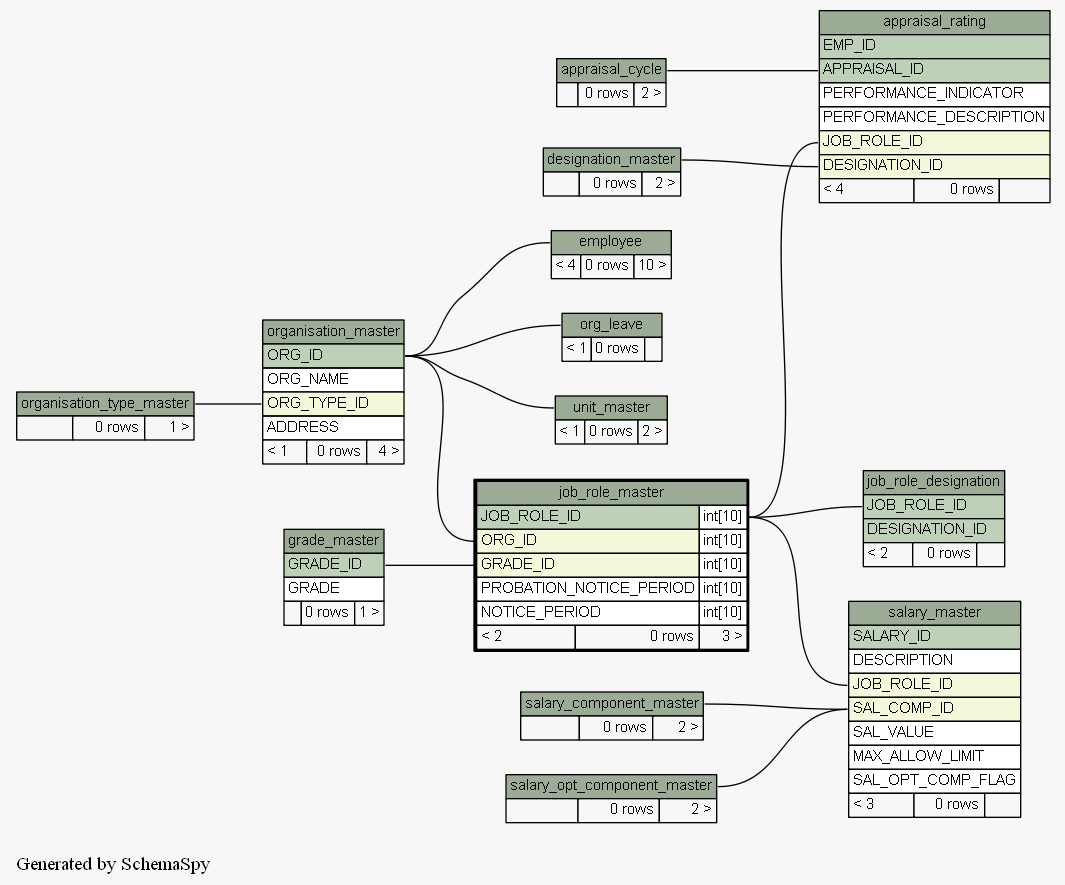
Earlier version of the Graphviz export docs/database/schemaspy/graphs/job_role_master.2degrees.png (engineerscraft/hrms). Its source is kept beside it as docs/database/schemaspy/graphs/job_role_master.2degrees.dot. Its diagram source:
```dot
digraph "twoDegreesRelationshipsGraph" {
  graph [
    rankdir="RL"
    bgcolor="#f7f7f7"
    label="\nGenerated by SchemaSpy"
    labeljust="l"
  ];
  node [
    fontname="Helvetica"
    fontsize="11"
    shape="plaintext"
  ];
  edge [
    arrowsize="0.8"
  ];
  "appraisal_rating":"APPRAISAL_ID":w -> "appraisal_cycle":"appraisal_cycle.heading":e [arrowtail=crowtee arrowhead=none];
  "appraisal_rating":"DESIGNATION_ID":w -> "designation_master":"designation_master.heading":e [arrowtail=crowodot arrowhead=none];
  "appraisal_rating":"JOB_ROLE_ID":w -> "job_role_master":"JOB_ROLE_ID.type":e [arrowtail=crowodot arrowhead=none];
  "employee":"employee.heading":w -> "organisation_master":"ORG_ID":e [arrowtail=crowodot arrowhead=none];
  "job_role_designation":"JOB_ROLE_ID":w -> "job_role_master":"JOB_ROLE_ID.type":e [arrowtail=crowtee arrowhead=none];
  "job_role_master":"GRADE_ID":w -> "grade_master":"GRADE_ID":e [arrowtail=crowtee arrowhead=none];
  "job_role_master":"ORG_ID":w -> "organisation_master":"ORG_ID":e [arrowtail=crowtee arrowhead=none];
  "org_leave":"org_leave.heading":w -> "organisation_master":"ORG_ID":e [arrowtail=crowodot arrowhead=none];
  "organisation_master":"ORG_TYPE_ID":w -> "organisation_type_master":"organisation_type_master.heading":e [arrowtail=crowodot arrowhead=none];
  "salary_master":"JOB_ROLE_ID":w -> "job_role_master":"JOB_ROLE_ID.type":e [arrowtail=crowtee arrowhead=none];
  "salary_master":"SAL_COMP_ID":w -> "salary_component_master":"salary_component_master.heading":e [arrowtail=crowtee arrowhead=none];
  "salary_master":"SAL_COMP_ID":w -> "salary_opt_component_master":"salary_opt_component_master.heading":e [arrowtail=crowtee arrowhead=none];
  "unit_master":"unit_master.heading":w -> "organisation_master":"ORG_ID":e [arrowtail=crowodot arrowhead=none];
  "appraisal_cycle" [
    label=<
    <TABLE BORDER="0" CELLBORDER="1" CELLSPACING="0" BGCOLOR="#ffffff">
      <TR><TD PORT="appraisal_cycle.heading" COLSPAN="3" BGCOLOR="#9bab96" ALIGN="CENTER">appraisal_cycle</TD></TR>
      <TR><TD ALIGN="LEFT" BGCOLOR="#f7f7f7">  </TD><TD ALIGN="RIGHT" BGCOLOR="#f7f7f7">0 rows</TD><TD ALIGN="RIGHT" BGCOLOR="#f7f7f7">2 &gt;</TD></TR>
    </TABLE>>
    URL="appraisal_cycle.html#graph"
    tooltip="appraisal_cycle"
  ];
  "appraisal_rating" [
    label=<
    <TABLE BORDER="0" CELLBORDER="1" CELLSPACING="0" BGCOLOR="#ffffff">
      <TR><TD PORT="appraisal_rating.heading" COLSPAN="3" BGCOLOR="#9bab96" ALIGN="CENTER">appraisal_rating</TD></TR>
      <TR><TD PORT="EMP_ID" COLSPAN="3" BGCOLOR="#bed1b8" ALIGN="LEFT">EMP_ID</TD></TR>
      <TR><TD PORT="APPRAISAL_ID" COLSPAN="3" BGCOLOR="#bed1b8" ALIGN="LEFT">APPRAISAL_ID</TD></TR>
      <TR><TD PORT="PERFORMANCE_INDICATOR" COLSPAN="3" ALIGN="LEFT">PERFORMANCE_INDICATOR</TD></TR>
      <TR><TD PORT="PERFORMANCE_DESCRIPTION" COLSPAN="3" ALIGN="LEFT">PERFORMANCE_DESCRIPTION</TD></TR>
      <TR><TD PORT="JOB_ROLE_ID" COLSPAN="3" BGCOLOR="#f4f7da" ALIGN="LEFT">JOB_ROLE_ID</TD></TR>
      <TR><TD PORT="DESIGNATION_ID" COLSPAN="3" BGCOLOR="#f4f7da" ALIGN="LEFT">DESIGNATION_ID</TD></TR>
      <TR><TD ALIGN="LEFT" BGCOLOR="#f7f7f7">&lt; 4</TD><TD ALIGN="RIGHT" BGCOLOR="#f7f7f7">0 rows</TD><TD ALIGN="RIGHT" BGCOLOR="#f7f7f7">  </TD></TR>
    </TABLE>>
    URL="appraisal_rating.html#graph"
    tooltip="appraisal_rating"
  ];
  "designation_master" [
    label=<
    <TABLE BORDER="0" CELLBORDER="1" CELLSPACING="0" BGCOLOR="#ffffff">
      <TR><TD PORT="designation_master.heading" COLSPAN="3" BGCOLOR="#9bab96" ALIGN="CENTER">designation_master</TD></TR>
      <TR><TD ALIGN="LEFT" BGCOLOR="#f7f7f7">  </TD><TD ALIGN="RIGHT" BGCOLOR="#f7f7f7">0 rows</TD><TD ALIGN="RIGHT" BGCOLOR="#f7f7f7">2 &gt;</TD></TR>
    </TABLE>>
    URL="designation_master.html#graph"
    tooltip="designation_master"
  ];
  "employee" [
    label=<
    <TABLE BORDER="0" CELLBORDER="1" CELLSPACING="0" BGCOLOR="#ffffff">
      <TR><TD PORT="employee.heading" COLSPAN="3" BGCOLOR="#9bab96" ALIGN="CENTER">employee</TD></TR>
      <TR><TD ALIGN="LEFT" BGCOLOR="#f7f7f7">&lt; 4</TD><TD ALIGN="RIGHT" BGCOLOR="#f7f7f7">0 rows</TD><TD ALIGN="RIGHT" BGCOLOR="#f7f7f7">10 &gt;</TD></TR>
    </TABLE>>
    URL="employee.html#graph"
    tooltip="employee"
  ];
  "grade_master" [
    label=<
    <TABLE BORDER="0" CELLBORDER="1" CELLSPACING="0" BGCOLOR="#ffffff">
      <TR><TD PORT="grade_master.heading" COLSPAN="3" BGCOLOR="#9bab96" ALIGN="CENTER">grade_master</TD></TR>
      <TR><TD PORT="GRADE_ID" COLSPAN="3" BGCOLOR="#bed1b8" ALIGN="LEFT">GRADE_ID</TD></TR>
      <TR><TD PORT="GRADE" COLSPAN="3" ALIGN="LEFT">GRADE</TD></TR>
      <TR><TD ALIGN="LEFT" BGCOLOR="#f7f7f7">  </TD><TD ALIGN="RIGHT" BGCOLOR="#f7f7f7">0 rows</TD><TD ALIGN="RIGHT" BGCOLOR="#f7f7f7">1 &gt;</TD></TR>
    </TABLE>>
    URL="grade_master.html#graph"
    tooltip="grade_master"
  ];
  "job_role_designation" [
    label=<
    <TABLE BORDER="0" CELLBORDER="1" CELLSPACING="0" BGCOLOR="#ffffff">
      <TR><TD PORT="job_role_designation.heading" COLSPAN="3" BGCOLOR="#9bab96" ALIGN="CENTER">job_role_designation</TD></TR>
      <TR><TD PORT="JOB_ROLE_ID" COLSPAN="3" BGCOLOR="#bed1b8" ALIGN="LEFT">JOB_ROLE_ID</TD></TR>
      <TR><TD PORT="DESIGNATION_ID" COLSPAN="3" BGCOLOR="#bed1b8" ALIGN="LEFT">DESIGNATION_ID</TD></TR>
      <TR><TD ALIGN="LEFT" BGCOLOR="#f7f7f7">&lt; 2</TD><TD ALIGN="RIGHT" BGCOLOR="#f7f7f7">0 rows</TD><TD ALIGN="RIGHT" BGCOLOR="#f7f7f7">  </TD></TR>
    </TABLE>>
    URL="job_role_designation.html#graph"
    tooltip="job_role_designation"
  ];
  "job_role_master" [
    label=<
    <TABLE BORDER="2" CELLBORDER="1" CELLSPACING="0" BGCOLOR="#ffffff">
      <TR><TD PORT="job_role_master.heading" COLSPAN="3" BGCOLOR="#9bab96" ALIGN="CENTER">job_role_master</TD></TR>
      <TR><TD PORT="JOB_ROLE_ID" COLSPAN="2" BGCOLOR="#bed1b8" ALIGN="LEFT">JOB_ROLE_ID</TD><TD PORT="JOB_ROLE_ID.type" ALIGN="LEFT">int[10]</TD></TR>
      <TR><TD PORT="ORG_ID" COLSPAN="2" BGCOLOR="#f4f7da" ALIGN="LEFT">ORG_ID</TD><TD PORT="ORG_ID.type" ALIGN="LEFT">int[10]</TD></TR>
      <TR><TD PORT="GRADE_ID" COLSPAN="2" BGCOLOR="#f4f7da" ALIGN="LEFT">GRADE_ID</TD><TD PORT="GRADE_ID.type" ALIGN="LEFT">int[10]</TD></TR>
      <TR><TD PORT="PROBATION_NOTICE_PERIOD" COLSPAN="2" ALIGN="LEFT">PROBATION_NOTICE_PERIOD</TD><TD PORT="PROBATION_NOTICE_PERIOD.type" ALIGN="LEFT">int[10]</TD></TR>
      <TR><TD PORT="NOTICE_PERIOD" COLSPAN="2" ALIGN="LEFT">NOTICE_PERIOD</TD><TD PORT="NOTICE_PERIOD.type" ALIGN="LEFT">int[10]</TD></TR>
      <TR><TD ALIGN="LEFT" BGCOLOR="#f7f7f7">&lt; 2</TD><TD ALIGN="RIGHT" BGCOLOR="#f7f7f7">0 rows</TD><TD ALIGN="RIGHT" BGCOLOR="#f7f7f7">3 &gt;</TD></TR>
    </TABLE>>
    URL="job_role_master.html#"
    tooltip="job_role_master"
  ];
  "org_leave" [
    label=<
    <TABLE BORDER="0" CELLBORDER="1" CELLSPACING="0" BGCOLOR="#ffffff">
      <TR><TD PORT="org_leave.heading" COLSPAN="3" BGCOLOR="#9bab96" ALIGN="CENTER">org_leave</TD></TR>
      <TR><TD ALIGN="LEFT" BGCOLOR="#f7f7f7">&lt; 1</TD><TD ALIGN="RIGHT" BGCOLOR="#f7f7f7">0 rows</TD><TD ALIGN="RIGHT" BGCOLOR="#f7f7f7">  </TD></TR>
    </TABLE>>
    URL="org_leave.html#graph"
    tooltip="org_leave"
  ];
  "organisation_master" [
    label=<
    <TABLE BORDER="0" CELLBORDER="1" CELLSPACING="0" BGCOLOR="#ffffff">
      <TR><TD PORT="organisation_master.heading" COLSPAN="3" BGCOLOR="#9bab96" ALIGN="CENTER">organisation_master</TD></TR>
      <TR><TD PORT="ORG_ID" COLSPAN="3" BGCOLOR="#bed1b8" ALIGN="LEFT">ORG_ID</TD></TR>
      <TR><TD PORT="ORG_NAME" COLSPAN="3" ALIGN="LEFT">ORG_NAME</TD></TR>
      <TR><TD PORT="ORG_TYPE_ID" COLSPAN="3" BGCOLOR="#f4f7da" ALIGN="LEFT">ORG_TYPE_ID</TD></TR>
      <TR><TD PORT="ADDRESS" COLSPAN="3" ALIGN="LEFT">ADDRESS</TD></TR>
      <TR><TD ALIGN="LEFT" BGCOLOR="#f7f7f7">&lt; 1</TD><TD ALIGN="RIGHT" BGCOLOR="#f7f7f7">0 rows</TD><TD ALIGN="RIGHT" BGCOLOR="#f7f7f7">4 &gt;</TD></TR>
    </TABLE>>
    URL="organisation_master.html#graph"
    tooltip="organisation_master"
  ];
  "organisation_type_master" [
    label=<
    <TABLE BORDER="0" CELLBORDER="1" CELLSPACING="0" BGCOLOR="#ffffff">
      <TR><TD PORT="organisation_type_master.heading" COLSPAN="3" BGCOLOR="#9bab96" ALIGN="CENTER">organisation_type_master</TD></TR>
      <TR><TD ALIGN="LEFT" BGCOLOR="#f7f7f7">  </TD><TD ALIGN="RIGHT" BGCOLOR="#f7f7f7">0 rows</TD><TD ALIGN="RIGHT" BGCOLOR="#f7f7f7">1 &gt;</TD></TR>
    </TABLE>>
    URL="organisation_type_master.html#graph"
    tooltip="organisation_type_master"
  ];
  "salary_component_master" [
    label=<
    <TABLE BORDER="0" CELLBORDER="1" CELLSPACING="0" BGCOLOR="#ffffff">
      <TR><TD PORT="salary_component_master.heading" COLSPAN="3" BGCOLOR="#9bab96" ALIGN="CENTER">salary_component_master</TD></TR>
      <TR><TD ALIGN="LEFT" BGCOLOR="#f7f7f7">  </TD><TD ALIGN="RIGHT" BGCOLOR="#f7f7f7">0 rows</TD><TD ALIGN="RIGHT" BGCOLOR="#f7f7f7">2 &gt;</TD></TR>
    </TABLE>>
    URL="salary_component_master.html#graph"
    tooltip="salary_component_master"
  ];
  "salary_master" [
    label=<
    <TABLE BORDER="0" CELLBORDER="1" CELLSPACING="0" BGCOLOR="#ffffff">
      <TR><TD PORT="salary_master.heading" COLSPAN="3" BGCOLOR="#9bab96" ALIGN="CENTER">salary_master</TD></TR>
      <TR><TD PORT="SALARY_ID" COLSPAN="3" BGCOLOR="#bed1b8" ALIGN="LEFT">SALARY_ID</TD></TR>
      <TR><TD PORT="DESCRIPTION" COLSPAN="3" ALIGN="LEFT">DESCRIPTION</TD></TR>
      <TR><TD PORT="JOB_ROLE_ID" COLSPAN="3" BGCOLOR="#f4f7da" ALIGN="LEFT">JOB_ROLE_ID</TD></TR>
      <TR><TD PORT="SAL_COMP_ID" COLSPAN="3" BGCOLOR="#f4f7da" ALIGN="LEFT">SAL_COMP_ID</TD></TR>
      <TR><TD PORT="SAL_VALUE" COLSPAN="3" ALIGN="LEFT">SAL_VALUE</TD></TR>
      <TR><TD PORT="MAX_ALLOW_LIMIT" COLSPAN="3" ALIGN="LEFT">MAX_ALLOW_LIMIT</TD></TR>
      <TR><TD PORT="SAL_OPT_COMP_FLAG" COLSPAN="3" ALIGN="LEFT">SAL_OPT_COMP_FLAG</TD></TR>
      <TR><TD ALIGN="LEFT" BGCOLOR="#f7f7f7">&lt; 3</TD><TD ALIGN="RIGHT" BGCOLOR="#f7f7f7">0 rows</TD><TD ALIGN="RIGHT" BGCOLOR="#f7f7f7">  </TD></TR>
    </TABLE>>
    URL="salary_master.html#graph"
    tooltip="salary_master"
  ];
  "salary_opt_component_master" [
    label=<
    <TABLE BORDER="0" CELLBORDER="1" CELLSPACING="0" BGCOLOR="#ffffff">
      <TR><TD PORT="salary_opt_component_master.heading" COLSPAN="3" BGCOLOR="#9bab96" ALIGN="CENTER">salary_opt_component_master</TD></TR>
      <TR><TD ALIGN="LEFT" BGCOLOR="#f7f7f7">  </TD><TD ALIGN="RIGHT" BGCOLOR="#f7f7f7">0 rows</TD><TD ALIGN="RIGHT" BGCOLOR="#f7f7f7">2 &gt;</TD></TR>
    </TABLE>>
    URL="salary_opt_component_master.html#graph"
    tooltip="salary_opt_component_master"
  ];
  "unit_master" [
    label=<
    <TABLE BORDER="0" CELLBORDER="1" CELLSPACING="0" BGCOLOR="#ffffff">
      <TR><TD PORT="unit_master.heading" COLSPAN="3" BGCOLOR="#9bab96" ALIGN="CENTER">unit_master</TD></TR>
      <TR><TD ALIGN="LEFT" BGCOLOR="#f7f7f7">&lt; 1</TD><TD ALIGN="RIGHT" BGCOLOR="#f7f7f7">0 rows</TD><TD ALIGN="RIGHT" BGCOLOR="#f7f7f7">2 &gt;</TD></TR>
    </TABLE>>
    URL="unit_master.html#graph"
    tooltip="unit_master"
  ];
}
```
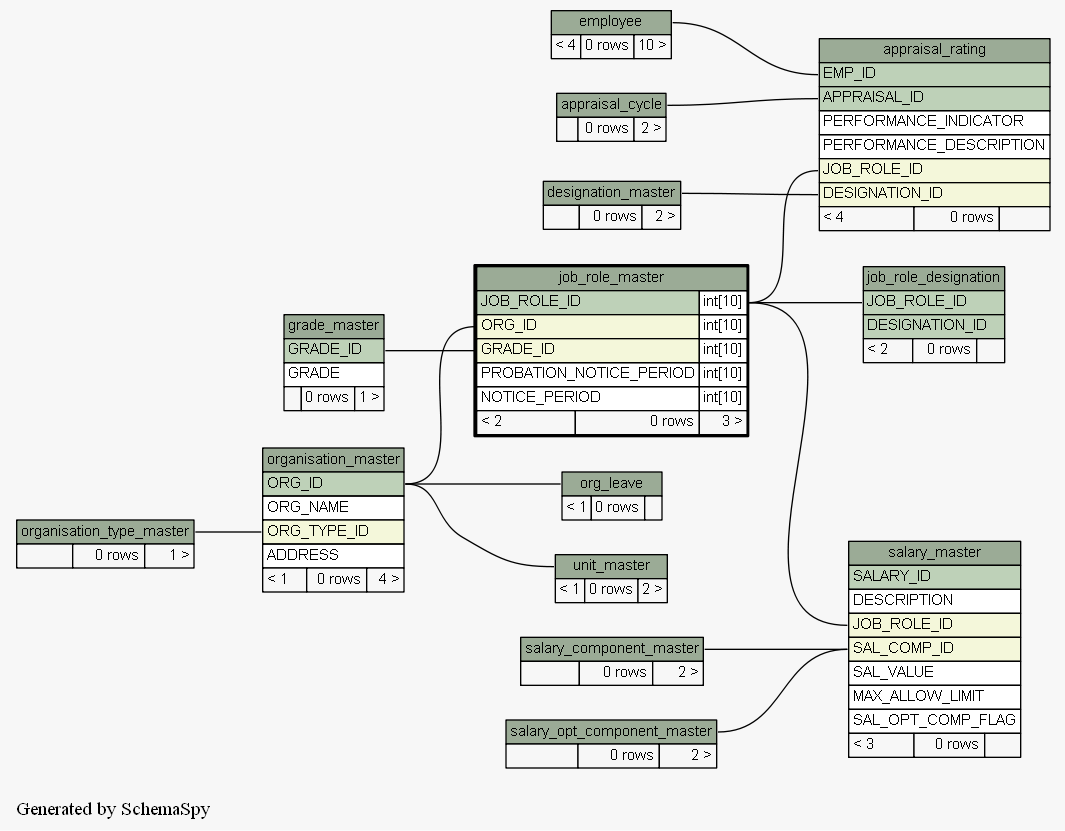
Above is the later version.

Diff of the diagram source:
```diff
@@ -15,8 +15,8 @@
   ];
   "appraisal_rating":"APPRAISAL_ID":w -> "appraisal_cycle":"appraisal_cycle.heading":e [arrowtail=crowtee arrowhead=none];
   "appraisal_rating":"DESIGNATION_ID":w -> "designation_master":"designation_master.heading":e [arrowtail=crowodot arrowhead=none];
+  "appraisal_rating":"EMP_ID":w -> "employee":"employee.heading":e [arrowtail=crowtee arrowhead=none];
   "appraisal_rating":"JOB_ROLE_ID":w -> "job_role_master":"JOB_ROLE_ID.type":e [arrowtail=crowodot arrowhead=none];
-  "employee":"employee.heading":w -> "organisation_master":"ORG_ID":e [arrowtail=crowodot arrowhead=none];
   "job_role_designation":"JOB_ROLE_ID":w -> "job_role_master":"JOB_ROLE_ID.type":e [arrowtail=crowtee arrowhead=none];
   "job_role_master":"GRADE_ID":w -> "grade_master":"GRADE_ID":e [arrowtail=crowtee arrowhead=none];
   "job_role_master":"ORG_ID":w -> "organisation_master":"ORG_ID":e [arrowtail=crowtee arrowhead=none];
```
